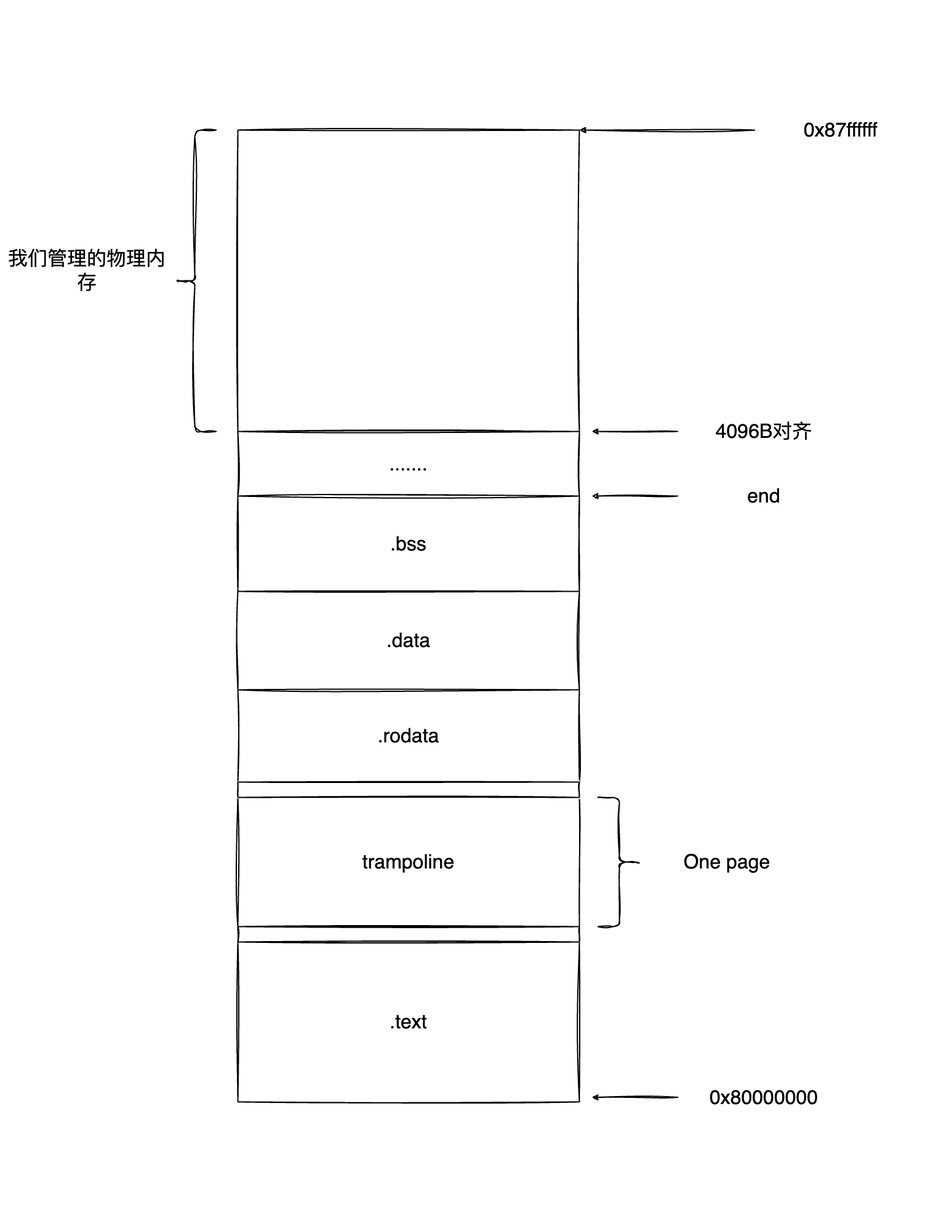
Before: doc/images/我们管理的内存空间布局.png, a diagram exported from draw.io (Firefly-Star/LearnOS). Source tidied: cells renumbered, new cells last; positions are measured from the earlier drawing's top-left corner, leaving out a move shared by most shapes.
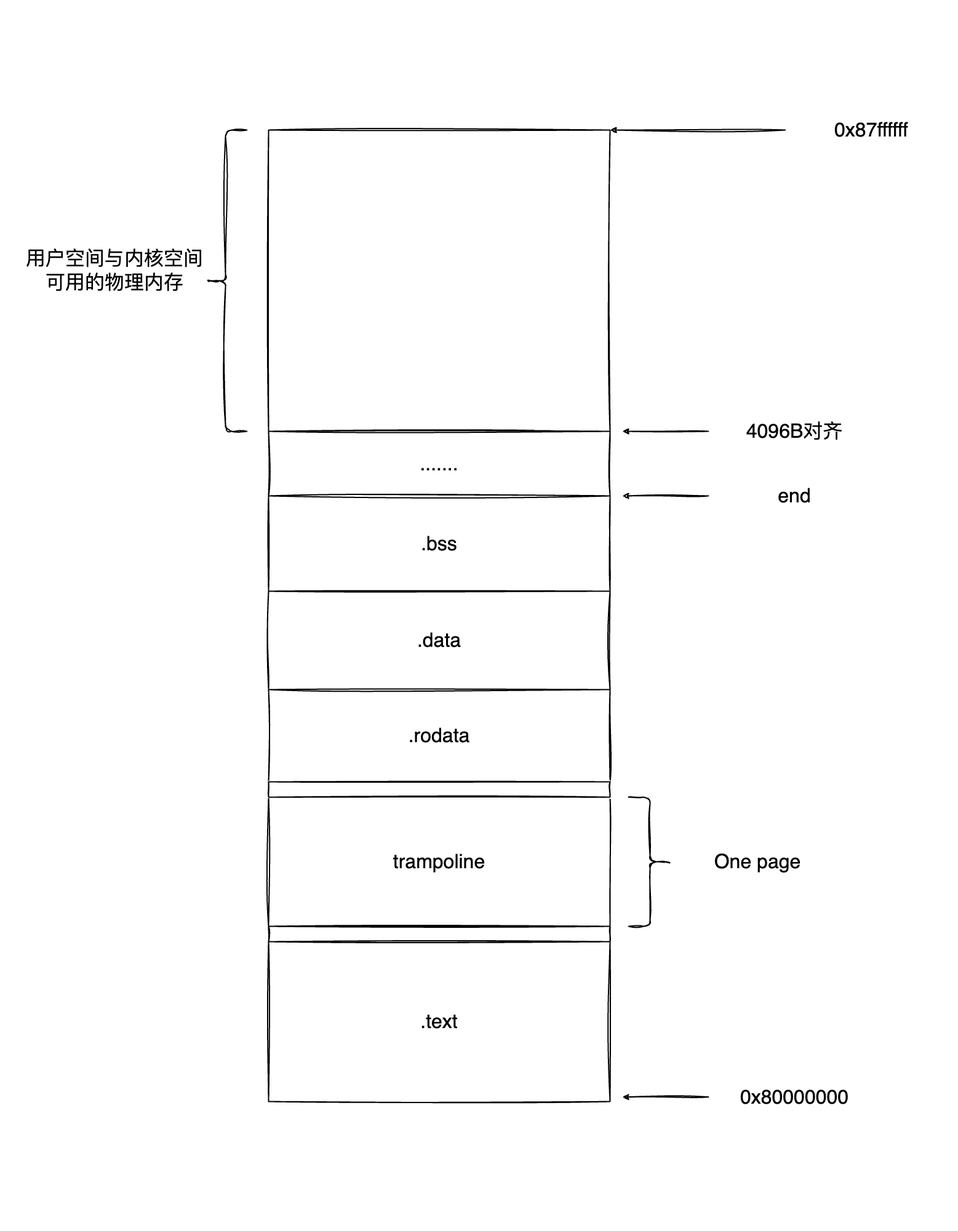
Later version of the same file.

Diff of the diagram source:
```diff
@@ -3,7 +3,7 @@
     <mxCell id="0" />
     <mxCell id="1" parent="0" />
     <mxCell id="2" style="rounded=0;whiteSpace=wrap;html=1;strokeColor=none;strokeWidth=2;fontSize=32;fontColor=#000000;fillColor=#FFFFFF;sketch=1;curveFitting=1;jiggle=2;shadow=0;" parent="1" vertex="1">
-      <mxGeometry width="1450" height="2000" as="geometry" />
+      <mxGeometry x="-50" width="1500" height="2000" as="geometry" />
     </mxCell>
     <mxCell id="3" style="rounded=0;whiteSpace=wrap;html=1;strokeColor=#000000;fillColor=#FFFFFF;strokeWidth=2;fontSize=32;sketch=1;curveFitting=1;jiggle=2;shadow=0;" parent="1" vertex="1">
       <mxGeometry x="385" y="210" width="555" height="490" as="geometry" />
@@ -32,8 +32,8 @@
     <mxCell id="11" value="One page" style="text;html=1;strokeColor=none;fillColor=none;align=center;verticalAlign=middle;whiteSpace=wrap;rounded=0;strokeWidth=2;fontSize=32;fontColor=#000000;sketch=1;curveFitting=1;jiggle=2;shadow=0;" parent="1" vertex="1">
       <mxGeometry x="1040" y="1347.5" width="280" height="105" as="geometry" />
     </mxCell>
-    <mxCell id="12" value="我们管理的物理内存" style="text;html=1;strokeColor=none;fillColor=none;align=center;verticalAlign=middle;whiteSpace=wrap;rounded=0;strokeWidth=2;fontSize=32;fontColor=#000000;sketch=1;curveFitting=1;jiggle=2;shadow=0;" parent="1" vertex="1">
-      <mxGeometry y="385" width="280" height="105" as="geometry" />
+    <mxCell id="12" value="用户空间与内核空间可用的物理内存" style="text;html=1;strokeColor=none;fillColor=none;align=center;verticalAlign=middle;whiteSpace=wrap;rounded=0;strokeWidth=2;fontSize=32;fontColor=#000000;sketch=1;curveFitting=1;jiggle=2;shadow=0;" parent="1" vertex="1">
+      <mxGeometry x="-10" y="385" width="290" height="105" as="geometry" />
     </mxCell>
     <mxCell id="13" style="shape=curlyBracket;whiteSpace=wrap;html=1;rounded=1;labelPosition=left;verticalLabelPosition=middle;align=right;verticalAlign=middle;strokeColor=#000000;strokeWidth=2;fontSize=32;fontColor=#000000;fillColor=#FFFFFF;sketch=1;curveFitting=1;jiggle=2;shadow=0;" parent="1" vertex="1">
       <mxGeometry x="280" y="210" width="70" height="490" as="geometry" />
```
